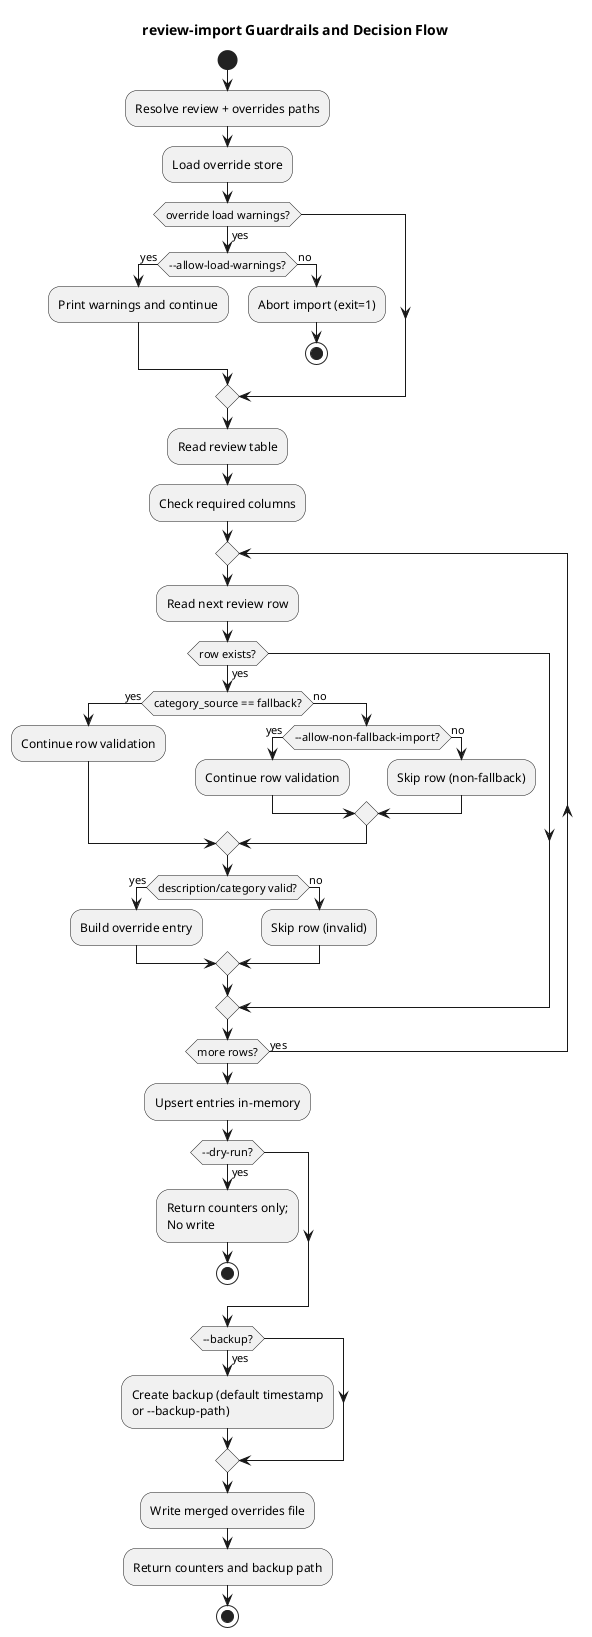
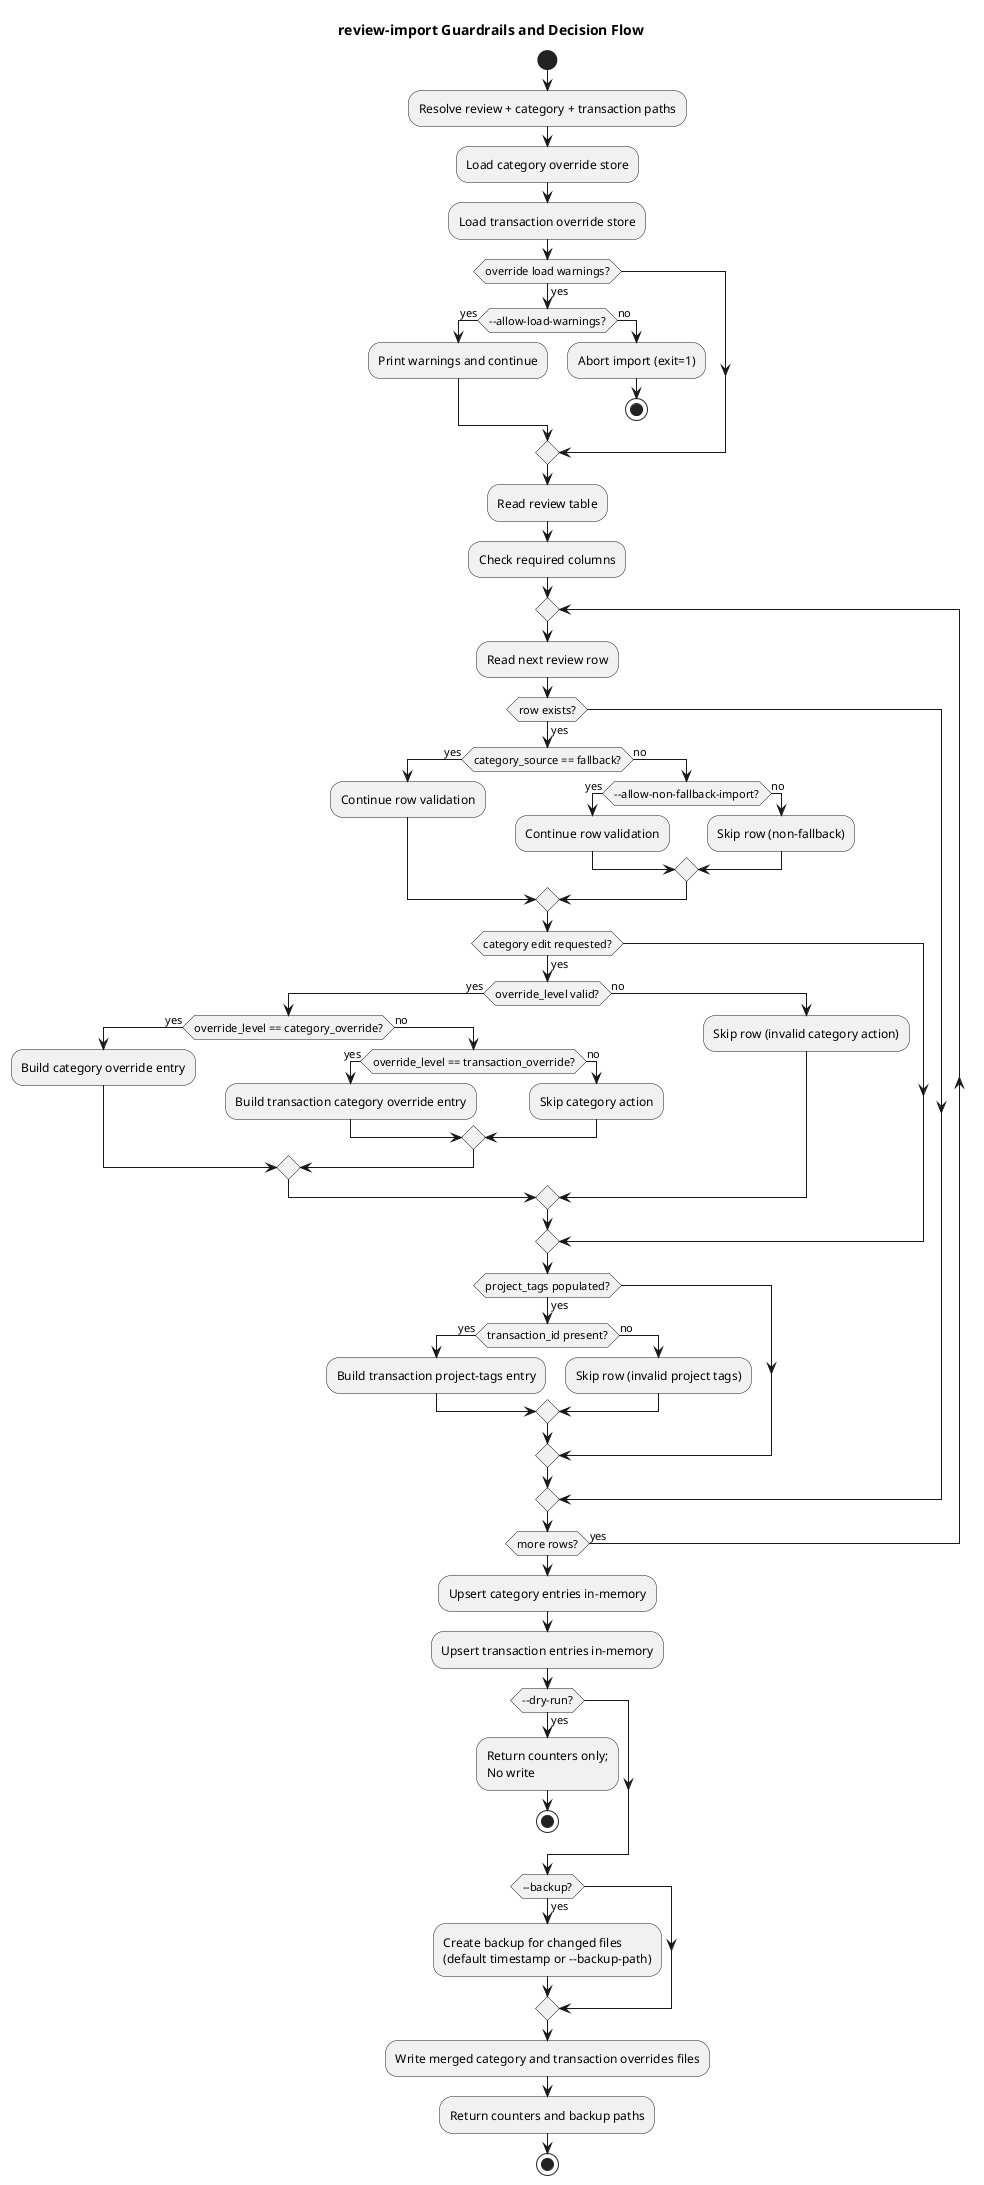
@startuml
title review-import Guardrails and Decision Flow

start
- :Resolve review + overrides paths;
- :Load override store;
+ :Resolve review + category + transaction paths;
+ :Load category override store;
+ :Load transaction override store;

if (override load warnings?) then (yes)
  if (--allow-load-warnings?) then (yes)
    :Print warnings and continue;
  else (no)
    :Abort import (exit=1);
    stop
  endif
endif

:Read review table;
:Check required columns;

repeat
  :Read next review row;
  if (row exists?) then (yes)
    if (category_source == fallback?) then (yes)
      :Continue row validation;
    else (no)
      if (--allow-non-fallback-import?) then (yes)
        :Continue row validation;
      else (no)
        :Skip row (non-fallback);
      endif
    endif
-     if (description/category valid?) then (yes)
-       :Build override entry;
-     else (no)
-       :Skip row (invalid);
+     if (category edit requested?) then (yes)
+       if (override_level valid?) then (yes)
+         if (override_level == category_override?) then (yes)
+           :Build category override entry;
+         else (no)
+           if (override_level == transaction_override?) then (yes)
+             :Build transaction category override entry;
+           else (no)
+             :Skip category action;
+           endif
+         endif
+       else (no)
+         :Skip row (invalid category action);
+       endif
+     endif
+ 
+     if (project_tags populated?) then (yes)
+       if (transaction_id present?) then (yes)
+         :Build transaction project-tags entry;
+       else (no)
+         :Skip row (invalid project tags);
+       endif
    endif
  endif
repeat while (more rows?) is (yes)

- :Upsert entries in-memory;
+ :Upsert category entries in-memory;
+ :Upsert transaction entries in-memory;
if (--dry-run?) then (yes)
  :Return counters only;\nNo write;
  stop
endif

if (--backup?) then (yes)
-   :Create backup (default timestamp\nor --backup-path);
+   :Create backup for changed files\n(default timestamp or --backup-path);
endif

- :Write merged overrides file;
- :Return counters and backup path;
+ :Write merged category and transaction overrides files;
+ :Return counters and backup paths;
stop

@enduml
